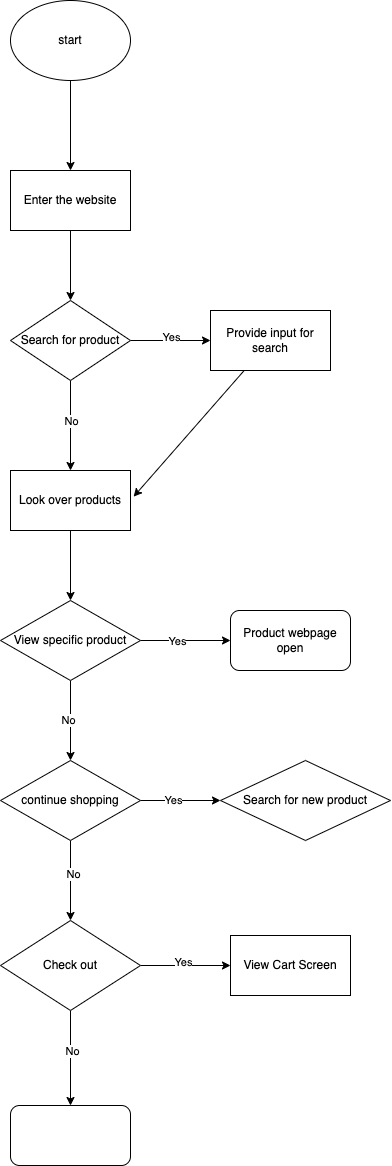
This is explore/disgramming/diagram.drawio.png from XuTang9/fa22-cse110-lab4, a draw.io export, as it was before one commit. Source tidied: cells renumbered, new cells last; positions are measured from the earlier drawing's top-left corner, leaving out a move shared by most shapes.
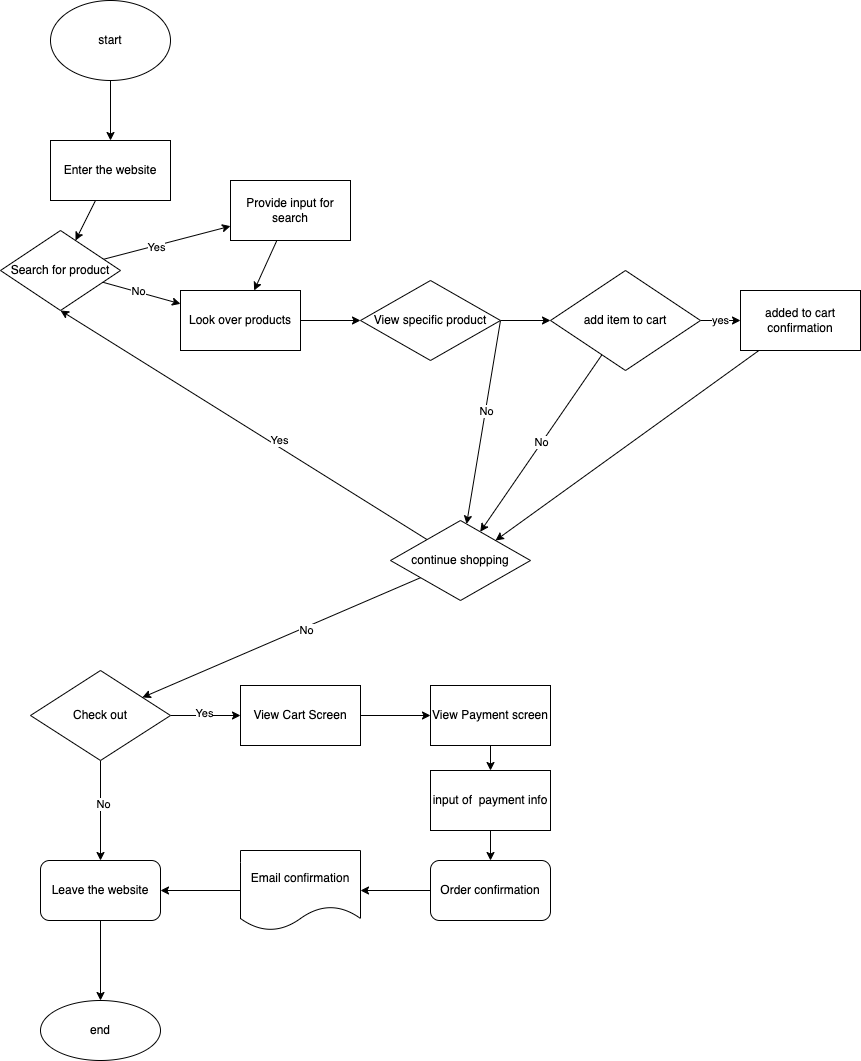
The same file after the commit.

The edit, as a diff of the source:
```diff
@@ -6,13 +6,13 @@
       <mxGeometry relative="1" as="geometry" />
     </mxCell>
     <mxCell id="3" value="start" style="ellipse;whiteSpace=wrap;html=1;" parent="1" vertex="1">
-      <mxGeometry x="10" width="120" height="80" as="geometry" />
+      <mxGeometry x="10" y="-20" width="120" height="80" as="geometry" />
     </mxCell>
     <mxCell id="4" style="edgeStyle=none;html=1;" parent="1" edge="1" source="5" target="10">
       <mxGeometry relative="1" as="geometry" />
     </mxCell>
     <mxCell id="5" value="Enter the website" style="whiteSpace=wrap;html=1;" parent="1" vertex="1">
-      <mxGeometry x="10" y="170" width="120" height="60" as="geometry" />
+      <mxGeometry x="10" y="120" width="120" height="60" as="geometry" />
     </mxCell>
     <mxCell id="6" style="edgeStyle=none;html=1;" parent="1" edge="1" source="10" target="12">
       <mxGeometry relative="1" as="geometry" />
@@ -29,40 +29,38 @@
       <mxGeometry x="-0.1" y="1" relative="1" as="geometry" />
     </mxCell>
     <mxCell id="10" value="Search for product" style="rhombus;whiteSpace=wrap;html=1;" parent="1" vertex="1">
-      <mxGeometry x="10" y="300" width="120" height="80" as="geometry" />
+      <mxGeometry x="-40" y="210" width="120" height="80" as="geometry" />
     </mxCell>
-    <mxCell id="11" style="edgeStyle=none;html=1;entryX=1.026;entryY=0.436;entryDx=0;entryDy=0;entryPerimeter=0;" parent="1" edge="1" source="12" target="14">
+    <mxCell id="11" style="edgeStyle=none;html=1;" parent="1" edge="1" source="12" target="14">
       <mxGeometry relative="1" as="geometry" />
     </mxCell>
     <mxCell id="12" value="Provide input for search" style="whiteSpace=wrap;html=1;" parent="1" vertex="1">
-      <mxGeometry x="210" y="310" width="120" height="60" as="geometry" />
+      <mxGeometry x="190" y="160" width="120" height="60" as="geometry" />
     </mxCell>
     <mxCell id="13" style="edgeStyle=none;html=1;" parent="1" edge="1" source="14" target="19">
       <mxGeometry relative="1" as="geometry" />
     </mxCell>
     <mxCell id="14" value="Look over products" style="whiteSpace=wrap;html=1;" parent="1" vertex="1">
-      <mxGeometry x="10" y="470" width="120" height="60" as="geometry" />
+      <mxGeometry x="140" y="270" width="120" height="60" as="geometry" />
     </mxCell>
-    <mxCell id="15" style="edgeStyle=none;html=1;" parent="1" edge="1" source="19" target="20">
-      <mxGeometry relative="1" as="geometry" />
-    </mxCell>
-    <mxCell id="16" value="Yes" style="edgeLabel;html=1;align=center;verticalAlign=middle;" parent="15" vertex="1">
-      <mxGeometry x="-0.18" y="-1" relative="1" as="geometry" />
-    </mxCell>
-    <mxCell id="17" style="edgeStyle=none;html=1;" parent="1" edge="1" source="19" target="25">
+    <mxCell id="17" style="edgeStyle=none;html=1;exitX=1;exitY=0.5;exitDx=0;exitDy=0;" parent="1" edge="1" source="19" target="25">
       <mxGeometry relative="1" as="geometry" />
     </mxCell>
     <mxCell id="18" value="No" style="edgeLabel;html=1;align=center;verticalAlign=middle;" parent="17" vertex="1">
-      <mxGeometry y="-2" relative="1" as="geometry" />
+      <mxGeometry x="-0.11" y="1" relative="1" as="geometry" />
     </mxCell>
+    <mxCell id="34" style="edgeStyle=none;html=1;" parent="1" edge="1" source="19" target="47">
+      <mxGeometry relative="1" as="geometry" />
+    </mxCell>
     <mxCell id="19" value="View specific product&lt;br&gt;" style="rhombus;whiteSpace=wrap;html=1;" parent="1" vertex="1">
-      <mxGeometry y="600" width="140" height="80" as="geometry" />
+      <mxGeometry x="320" y="260" width="140" height="80" as="geometry" />
     </mxCell>
-    <mxCell id="20" value="Product webpage open" style="rounded=1;whiteSpace=wrap;html=1;" parent="1" vertex="1">
-      <mxGeometry x="230" y="610" width="120" height="60" as="geometry" />
-    </mxCell>
-    <mxCell id="21" style="edgeStyle=none;html=1;" parent="1" edge="1" source="25" target="26">
-      <mxGeometry relative="1" as="geometry" />
+    <mxCell id="21" style="edgeStyle=none;html=1;entryX=0.5;entryY=1;entryDx=0;entryDy=0;" parent="1" edge="1" source="25" target="10">
+      <mxGeometry relative="1" as="geometry">
+        <Array as="points">
+          <mxPoint x="20" y="290" />
+        </Array>
+      </mxGeometry>
     </mxCell>
     <mxCell id="22" value="Yes" style="edgeLabel;html=1;align=center;verticalAlign=middle;" parent="21" vertex="1">
       <mxGeometry x="-0.18" y="-3" relative="1" as="geometry">
@@ -76,11 +74,8 @@
       <mxGeometry x="-0.17" y="3" relative="1" as="geometry" />
     </mxCell>
     <mxCell id="25" value="continue shopping" style="rhombus;whiteSpace=wrap;html=1;" parent="1" vertex="1">
-      <mxGeometry y="760" width="140" height="80" as="geometry" />
+      <mxGeometry x="350" y="500" width="140" height="80" as="geometry" />
     </mxCell>
-    <mxCell id="26" value="Search for new product" style="rhombus;whiteSpace=wrap;html=1;" parent="1" vertex="1">
-      <mxGeometry x="220" y="760" width="170" height="80" as="geometry" />
-    </mxCell>
     <mxCell id="27" style="edgeStyle=none;html=1;" parent="1" edge="1" source="31" target="32">
       <mxGeometry relative="1" as="geometry" />
     </mxCell>
@@ -94,13 +89,61 @@
       <mxGeometry x="-0.14" y="2" relative="1" as="geometry" />
     </mxCell>
     <mxCell id="31" value="Check out" style="rhombus;whiteSpace=wrap;html=1;" parent="1" vertex="1">
-      <mxGeometry y="920" width="140" height="90" as="geometry" />
+      <mxGeometry x="-10" y="650" width="140" height="90" as="geometry" />
     </mxCell>
+    <mxCell id="35" style="edgeStyle=none;html=1;" parent="1" edge="1" source="32" target="38">
+      <mxGeometry relative="1" as="geometry" />
+    </mxCell>
     <mxCell id="32" value="View Cart Screen" style="whiteSpace=wrap;html=1;" parent="1" vertex="1">
-      <mxGeometry x="230" y="935" width="120" height="60" as="geometry" />
+      <mxGeometry x="200" y="665" width="120" height="60" as="geometry" />
     </mxCell>
+    <mxCell id="36" style="edgeStyle=none;html=1;" parent="1" edge="1" source="33" target="50">
+      <mxGeometry relative="1" as="geometry" />
+    </mxCell>
-    <mxCell id="33" style="rounded=1;whiteSpace=wrap;html=1;" parent="1" vertex="1">
-      <mxGeometry x="10" y="1105" width="120" height="60" as="geometry" />
+    <mxCell id="33" value="Leave the website" style="rounded=1;whiteSpace=wrap;html=1;" parent="1" vertex="1">
+      <mxGeometry y="840" width="120" height="60" as="geometry" />
     </mxCell>
+    <mxCell id="37" style="edgeStyle=none;html=1;" parent="1" edge="1" source="38" target="40">
+      <mxGeometry relative="1" as="geometry" />
+    </mxCell>
+    <mxCell id="38" value="View Payment screen" style="whiteSpace=wrap;html=1;" parent="1" vertex="1">
+      <mxGeometry x="390" y="665" width="120" height="60" as="geometry" />
+    </mxCell>
+    <mxCell id="39" style="edgeStyle=none;html=1;" parent="1" edge="1" source="40" target="42">
+      <mxGeometry relative="1" as="geometry" />
+    </mxCell>
+    <mxCell id="40" value="input of&amp;nbsp; payment info" style="whiteSpace=wrap;html=1;" parent="1" vertex="1">
+      <mxGeometry x="390" y="750" width="120" height="60" as="geometry" />
+    </mxCell>
+    <mxCell id="41" style="edgeStyle=none;html=1;" parent="1" edge="1" source="42" target="44">
+      <mxGeometry relative="1" as="geometry" />
+    </mxCell>
+    <mxCell id="42" value="Order confirmation" style="rounded=1;whiteSpace=wrap;html=1;" parent="1" vertex="1">
+      <mxGeometry x="390" y="840" width="120" height="60" as="geometry" />
+    </mxCell>
+    <mxCell id="43" style="edgeStyle=none;html=1;" parent="1" edge="1" source="44" target="33">
+      <mxGeometry relative="1" as="geometry" />
+    </mxCell>
+    <mxCell id="44" value="Email confirmation" style="shape=document;whiteSpace=wrap;html=1;boundedLbl=1;rounded=1;" parent="1" vertex="1">
+      <mxGeometry x="200" y="830" width="120" height="80" as="geometry" />
+    </mxCell>
+    <mxCell id="45" value="yes" style="edgeStyle=none;html=1;" parent="1" edge="1" source="47" target="49">
+      <mxGeometry relative="1" as="geometry" />
+    </mxCell>
+    <mxCell id="46" value="No" style="edgeStyle=none;html=1;" parent="1" edge="1" source="47" target="25">
+      <mxGeometry relative="1" as="geometry" />
+    </mxCell>
+    <mxCell id="47" value="add item to cart" style="rhombus;whiteSpace=wrap;html=1;" parent="1" vertex="1">
+      <mxGeometry x="510" y="250" width="150" height="100" as="geometry" />
+    </mxCell>
+    <mxCell id="48" style="edgeStyle=none;html=1;entryX=1;entryY=0;entryDx=0;entryDy=0;" parent="1" edge="1" source="49" target="25">
+      <mxGeometry relative="1" as="geometry" />
+    </mxCell>
+    <mxCell id="49" value="added to cart confirmation" style="whiteSpace=wrap;html=1;" parent="1" vertex="1">
+      <mxGeometry x="700" y="270" width="120" height="60" as="geometry" />
+    </mxCell>
+    <mxCell id="50" value="end" style="ellipse;whiteSpace=wrap;html=1;rounded=1;" parent="1" vertex="1">
+      <mxGeometry y="980" width="120" height="60" as="geometry" />
+    </mxCell>
   </root>
 </mxGraphModel>
```
